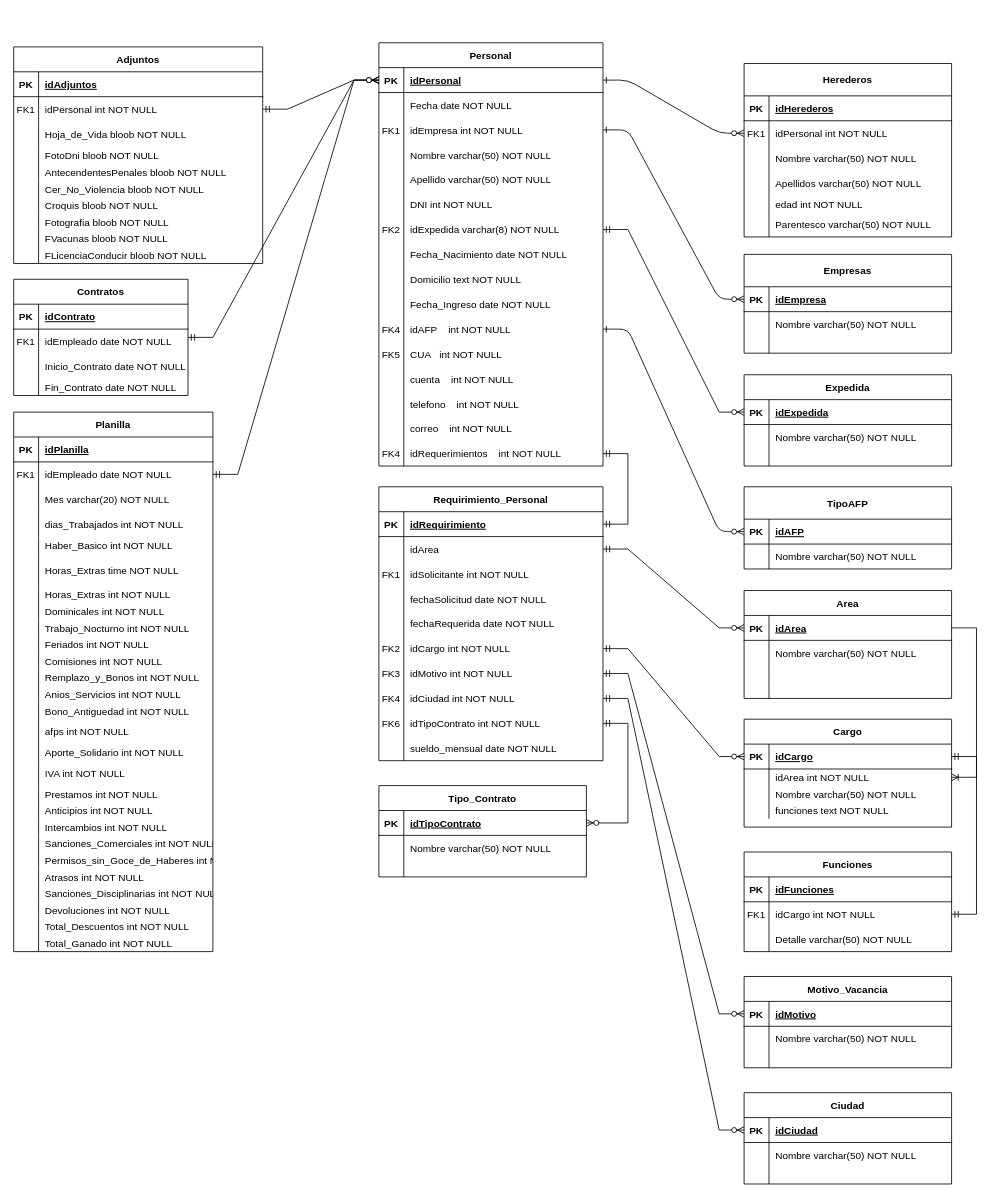
The draw.io diagram Diagrama sin título.drawio in tomyivan/diagramas-DB, before the edit. Source tidied: cells renumbered, new cells numbered last; positions are measured from the earlier drawing's top-left corner, leaving out a move shared by most shapes. Both pictures are drawn from the tidied source at 83%, with x=0, y=0 at pixel (13, 42).
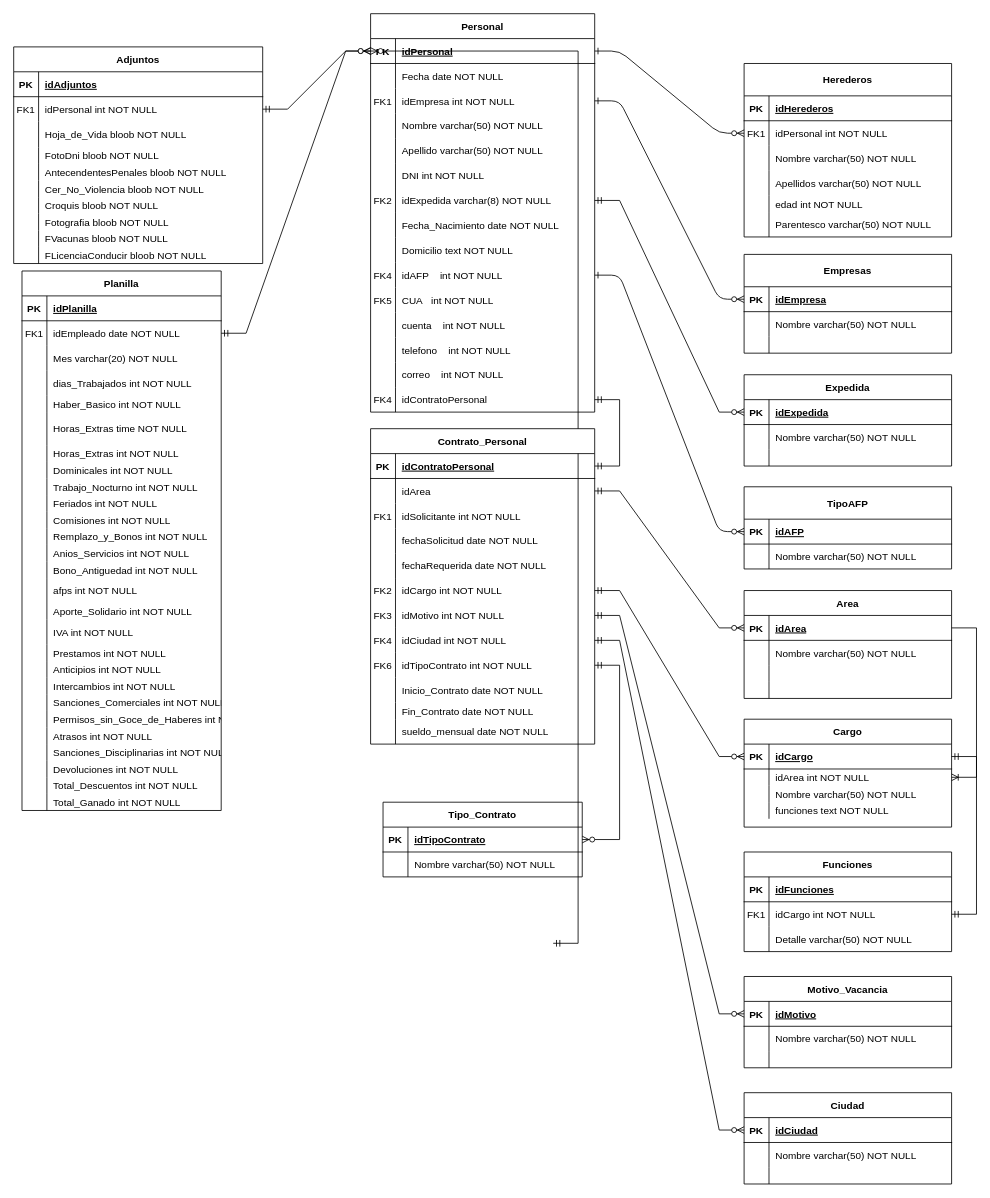
The same diagram, later.

Unchanged cells that the change refers to:
```xml
<mxCell id="13" style="shape=partialRectangle;fillColor=none;points=[[0,0.5],[1,0.5]];portConstraint=eastwest;top=0;left=0;right=0;bottom=1;" parent="12" vertex="1">
  <mxGeometry y="30" width="270" height="30" as="geometry" />
</mxCell>
<mxCell id="221" style="shape=partialRectangle;fillColor=none;points=[[0,0.5],[1,0.5]];portConstraint=eastwest;top=0;left=0;right=0;bottom=1;" parent="220" vertex="1">
  <mxGeometry y="30" width="270" height="30" as="geometry" />
</mxCell>
```

The edit, as a diff of the source:
```diff
@@
     <mxCell id="12" value="Personal" style="shape=table;startSize=30;childLayout=tableLayout;rowLines=0;fontStyle=1;align=center;" parent="1" vertex="1">
-      <mxGeometry x="440" width="270" height="510" as="geometry" />
+      <mxGeometry x="430" y="-35" width="270" height="480" as="geometry" />
     </mxCell>
@@
-    <mxCell id="40" style="shape=partialRectangle;fillColor=none;top=0;left=0;right=0;bottom=0;" parent="12" vertex="1">
-      <mxGeometry y="300" width="270" height="30" as="geometry" />
-    </mxCell>
-    <mxCell id="41" style="shape=partialRectangle;overflow=hidden;fillColor=none;top=0;left=0;bottom=0;right=0;" parent="40" vertex="1">
-      <mxGeometry width="30" height="30" as="geometry" />
-    </mxCell>
-    <mxCell id="42" value="Fecha_Ingreso date NOT NULL" style="shape=partialRectangle;overflow=hidden;fillColor=none;top=0;left=0;bottom=0;right=0;align=left;spacingLeft=6;" parent="40" vertex="1">
-      <mxGeometry x="30" width="240" height="30" as="geometry" />
-    </mxCell>
     <mxCell id="43" style="shape=partialRectangle;fillColor=none;points=[[0,0.5],[1,0.5]];portConstraint=eastwest;top=0;left=0;right=0;bottom=0;" parent="12" vertex="1">
-      <mxGeometry y="330" width="270" height="30" as="geometry" />
+      <mxGeometry y="300" width="270" height="30" as="geometry" />
     </mxCell>
@@
     <mxCell id="46" style="shape=partialRectangle;fillColor=none;top=0;left=0;right=0;bottom=0;" parent="12" vertex="1">
-      <mxGeometry y="360" width="270" height="30" as="geometry" />
+      <mxGeometry y="330" width="270" height="30" as="geometry" />
     </mxCell>
@@
     <mxCell id="49" style="shape=partialRectangle;fillColor=none;top=0;left=0;right=0;bottom=0;" parent="12" vertex="1">
-      <mxGeometry y="390" width="270" height="30" as="geometry" />
+      <mxGeometry y="360" width="270" height="30" as="geometry" />
     </mxCell>
@@
     <mxCell id="52" style="shape=partialRectangle;fillColor=none;top=0;left=0;right=0;bottom=0;" parent="12" vertex="1">
-      <mxGeometry y="420" width="270" height="30" as="geometry" />
+      <mxGeometry y="390" width="270" height="30" as="geometry" />
     </mxCell>
@@
     <mxCell id="55" style="shape=partialRectangle;fillColor=none;top=0;left=0;right=0;bottom=0;" parent="12" vertex="1">
-      <mxGeometry y="450" width="270" height="30" as="geometry" />
+      <mxGeometry y="420" width="270" height="30" as="geometry" />
     </mxCell>
@@
     <mxCell id="58" style="shape=partialRectangle;fillColor=none;points=[[0,0.5],[1,0.5]];portConstraint=eastwest;top=0;left=0;right=0;bottom=0;" parent="12" vertex="1">
-      <mxGeometry y="480" width="270" height="30" as="geometry" />
+      <mxGeometry y="450" width="270" height="30" as="geometry" />
     </mxCell>
@@
-    <mxCell id="60" value="idRequerimientos    int NOT NULL" style="shape=partialRectangle;overflow=hidden;fillColor=none;top=0;left=0;bottom=0;right=0;align=left;spacingLeft=6;" parent="58" vertex="1">
+    <mxCell id="60" value="idContratoPersonal" style="shape=partialRectangle;overflow=hidden;fillColor=none;top=0;left=0;bottom=0;right=0;align=left;spacingLeft=6;" parent="58" vertex="1">
       <mxGeometry x="30" width="240" height="30" as="geometry" />
     </mxCell>
@@
     <mxCell id="112" value="Tipo_Contrato" style="shape=table;startSize=30;childLayout=tableLayout;rowLines=0;fontStyle=1;align=center;" parent="1" vertex="1">
-      <mxGeometry x="440" y="895" width="250" height="110" as="geometry" />
+      <mxGeometry x="445" y="915" width="240" height="90" as="geometry" />
     </mxCell>
     <mxCell id="113" style="shape=partialRectangle;fillColor=none;points=[[0,0.5],[1,0.5]];portConstraint=eastwest;top=0;left=0;right=0;bottom=1;" parent="112" vertex="1">
-      <mxGeometry y="30" width="250" height="30" as="geometry" />
+      <mxGeometry y="30" width="240" height="30" as="geometry" />
     </mxCell>
@@
     <mxCell id="115" value="idTipoContrato" style="shape=partialRectangle;overflow=hidden;fillColor=none;top=0;left=0;bottom=0;right=0;align=left;spacingLeft=6;fontStyle=5;" parent="113" vertex="1">
-      <mxGeometry x="30" width="220" height="30" as="geometry" />
+      <mxGeometry x="30" width="210" height="30" as="geometry" />
     </mxCell>
     <mxCell id="116" style="shape=partialRectangle;fillColor=none;top=0;left=0;right=0;bottom=0;" parent="112" vertex="1">
-      <mxGeometry y="60" width="250" height="30" as="geometry" />
+      <mxGeometry y="60" width="240" height="30" as="geometry" />
     </mxCell>
@@
     <mxCell id="118" value="Nombre varchar(50) NOT NULL" style="shape=partialRectangle;overflow=hidden;fillColor=none;top=0;left=0;bottom=0;right=0;align=left;spacingLeft=6;" parent="116" vertex="1">
-      <mxGeometry x="30" width="220" height="30" as="geometry" />
+      <mxGeometry x="30" width="210" height="30" as="geometry" />
     </mxCell>
-    <mxCell id="119" style="shape=partialRectangle;fillColor=none;top=0;left=0;right=0;bottom=0;" parent="112" vertex="1">
-      <mxGeometry y="90" width="250" height="20" as="geometry" />
-    </mxCell>
-    <mxCell id="120" style="shape=partialRectangle;overflow=hidden;fillColor=none;top=0;left=0;bottom=0;right=0;" parent="119" vertex="1">
-      <mxGeometry width="30" height="20" as="geometry" />
-    </mxCell>
-    <mxCell id="121" style="shape=partialRectangle;overflow=hidden;fillColor=none;top=0;left=0;bottom=0;right=0;align=left;spacingLeft=6;" parent="119" vertex="1">
-      <mxGeometry x="30" width="220" height="20" as="geometry" />
-    </mxCell>
@@
-    <mxCell id="123" value="Contratos" style="shape=table;startSize=30;childLayout=tableLayout;rowLines=0;fontStyle=1;align=center;" parent="1" vertex="1">
-      <mxGeometry y="285" width="210" height="140" as="geometry" />
-    </mxCell>
-    <mxCell id="124" style="shape=partialRectangle;fillColor=none;top=0;left=0;right=0;bottom=1;" parent="123" vertex="1">
-      <mxGeometry y="30" width="210" height="30" as="geometry" />
-    </mxCell>
-    <mxCell id="125" value="PK" style="shape=partialRectangle;overflow=hidden;fillColor=none;top=0;left=0;bottom=0;right=0;fontStyle=1;" parent="124" vertex="1">
-      <mxGeometry width="30" height="30" as="geometry" />
-    </mxCell>
-    <mxCell id="126" value="idContrato" style="shape=partialRectangle;overflow=hidden;fillColor=none;top=0;left=0;bottom=0;right=0;align=left;spacingLeft=6;fontStyle=5;" parent="124" vertex="1">
-      <mxGeometry x="30" width="180" height="30" as="geometry" />
-    </mxCell>
-    <mxCell id="127" style="shape=partialRectangle;fillColor=none;top=0;left=0;right=0;bottom=0;" parent="123" vertex="1">
-      <mxGeometry y="60" width="210" height="30" as="geometry" />
-    </mxCell>
-    <mxCell id="128" value="FK1" style="shape=partialRectangle;overflow=hidden;fillColor=none;top=0;left=0;bottom=0;right=0;" parent="127" vertex="1">
-      <mxGeometry width="30" height="30" as="geometry" />
-    </mxCell>
-    <mxCell id="129" value="idEmpleado date NOT NULL" style="shape=partialRectangle;overflow=hidden;fillColor=none;top=0;left=0;bottom=0;right=0;align=left;spacingLeft=6;" parent="127" vertex="1">
-      <mxGeometry x="30" width="180" height="30" as="geometry" />
-    </mxCell>
-    <mxCell id="130" style="shape=partialRectangle;fillColor=none;top=0;left=0;right=0;bottom=0;" parent="123" vertex="1">
-      <mxGeometry y="90" width="210" height="30" as="geometry" />
-    </mxCell>
-    <mxCell id="131" style="shape=partialRectangle;overflow=hidden;fillColor=none;top=0;left=0;bottom=0;right=0;" parent="130" vertex="1">
-      <mxGeometry width="30" height="30" as="geometry" />
-    </mxCell>
-    <mxCell id="132" value="Inicio_Contrato date NOT NULL" style="shape=partialRectangle;overflow=hidden;fillColor=none;top=0;left=0;bottom=0;right=0;align=left;spacingLeft=6;" parent="130" vertex="1">
-      <mxGeometry x="30" width="180" height="30" as="geometry" />
-    </mxCell>
-    <mxCell id="133" style="shape=partialRectangle;fillColor=none;top=0;left=0;right=0;bottom=0;" parent="123" vertex="1">
-      <mxGeometry y="120" width="210" height="20" as="geometry" />
-    </mxCell>
-    <mxCell id="134" style="shape=partialRectangle;overflow=hidden;fillColor=none;top=0;left=0;bottom=0;right=0;" parent="133" vertex="1">
-      <mxGeometry width="30" height="20" as="geometry" />
-    </mxCell>
-    <mxCell id="135" value="Fin_Contrato date NOT NULL" style="shape=partialRectangle;overflow=hidden;fillColor=none;top=0;left=0;bottom=0;right=0;align=left;spacingLeft=6;" parent="133" vertex="1">
-      <mxGeometry x="30" width="180" height="20" as="geometry" />
-    </mxCell>
-    <mxCell id="136" style="edgeStyle=entityRelationEdgeStyle;fontSize=12;html=1;endArrow=ERzeroToMany;startArrow=ERmandOne;rounded=0;entryX=0;entryY=0.5;entryDx=0;entryDy=0;" parent="1" edge="1" source="123" target="13">
-      <mxGeometry x="-0.22" y="-29" relative="1" as="geometry" />
+    <mxCell id="136" style="edgeStyle=entityRelationEdgeStyle;fontSize=12;html=1;endArrow=ERzeroToMany;startArrow=ERmandOne;rounded=0;entryX=0;entryY=0.5;entryDx=0;entryDy=0;" parent="1" edge="1" target="13">
+      <mxGeometry x="-0.22" y="-29" relative="1" as="geometry">
+        <mxPoint x="650" y="1085" as="sourcePoint" />
+      </mxGeometry>
     </mxCell>
     <mxCell id="137" value="Planilla" style="shape=table;startSize=30;childLayout=tableLayout;rowLines=0;fontStyle=1;align=center;" parent="1" vertex="1">
-      <mxGeometry y="445" width="240" height="650" as="geometry" />
+      <mxGeometry x="10" y="275" width="240" height="650" as="geometry" />
     </mxCell>
@@
-    <mxCell id="220" value="Requirimiento_Personal" style="shape=table;startSize=30;childLayout=tableLayout;rowLines=0;fontStyle=1;align=center;" parent="1" vertex="1">
-      <mxGeometry x="440" y="535" width="270" height="330" as="geometry" />
+    <mxCell id="220" value="Contrato_Personal" style="shape=table;startSize=30;childLayout=tableLayout;rowLines=0;fontStyle=1;align=center;" parent="1" vertex="1">
+      <mxGeometry x="430" y="465" width="270" height="380" as="geometry" />
     </mxCell>
@@
-    <mxCell id="223" value="idRequirimiento" style="shape=partialRectangle;overflow=hidden;fillColor=none;top=0;left=0;bottom=0;right=0;align=left;spacingLeft=6;fontStyle=5;" parent="221" vertex="1">
+    <mxCell id="223" value="idContratoPersonal" style="shape=partialRectangle;overflow=hidden;fillColor=none;top=0;left=0;bottom=0;right=0;align=left;spacingLeft=6;fontStyle=5;" parent="221" vertex="1">
       <mxGeometry x="30" width="240" height="30" as="geometry" />
     </mxCell>
@@
+    <mxCell id="130" style="shape=partialRectangle;fillColor=none;top=0;left=0;right=0;bottom=0;" parent="220" vertex="1">
+      <mxGeometry y="300" width="270" height="30" as="geometry" />
+    </mxCell>
+    <mxCell id="131" style="shape=partialRectangle;overflow=hidden;fillColor=none;top=0;left=0;bottom=0;right=0;" parent="130" vertex="1">
+      <mxGeometry width="30" height="30" as="geometry" />
+    </mxCell>
+    <mxCell id="132" value="Inicio_Contrato date NOT NULL" style="shape=partialRectangle;overflow=hidden;fillColor=none;top=0;left=0;bottom=0;right=0;align=left;spacingLeft=6;" parent="130" vertex="1">
+      <mxGeometry x="30" width="240" height="30" as="geometry" />
+    </mxCell>
+    <mxCell id="133" style="shape=partialRectangle;fillColor=none;top=0;left=0;right=0;bottom=0;" parent="220" vertex="1">
+      <mxGeometry y="330" width="270" height="20" as="geometry" />
+    </mxCell>
+    <mxCell id="134" style="shape=partialRectangle;overflow=hidden;fillColor=none;top=0;left=0;bottom=0;right=0;" parent="133" vertex="1">
+      <mxGeometry width="30" height="20" as="geometry" />
+    </mxCell>
+    <mxCell id="135" value="Fin_Contrato date NOT NULL" style="shape=partialRectangle;overflow=hidden;fillColor=none;top=0;left=0;bottom=0;right=0;align=left;spacingLeft=6;" parent="133" vertex="1">
+      <mxGeometry x="30" width="240" height="20" as="geometry" />
+    </mxCell>
     <mxCell id="248" style="shape=partialRectangle;fillColor=none;top=0;left=0;right=0;bottom=0;" parent="220" vertex="1">
-      <mxGeometry y="300" width="270" height="30" as="geometry" />
+      <mxGeometry y="350" width="270" height="30" as="geometry" />
     </mxCell>
```
